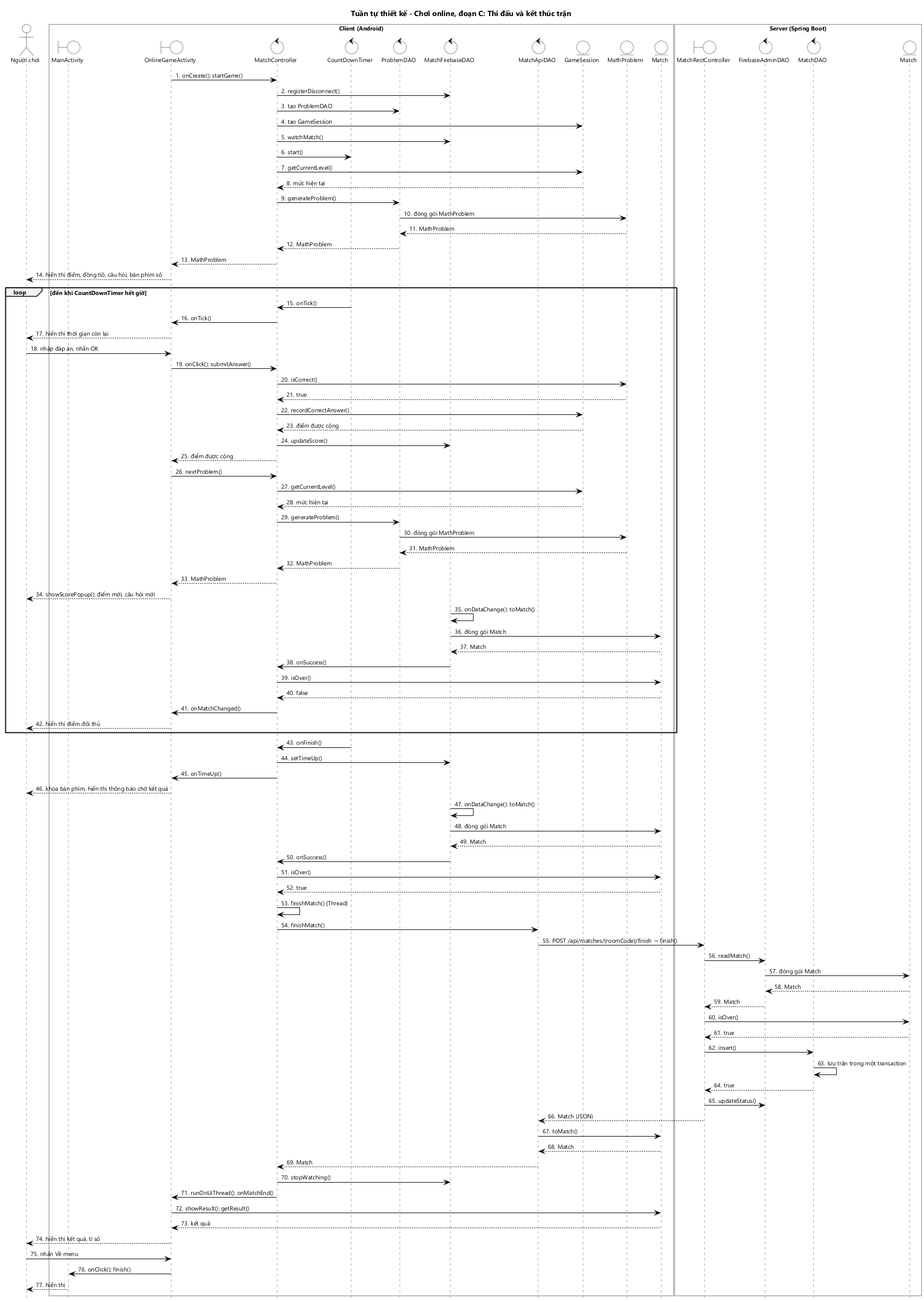
Above: docs/hung/tuan-tu-thiet-ke-uc05c.png in HungNguyenBa1811/math-dash (PlantUML), before the change.
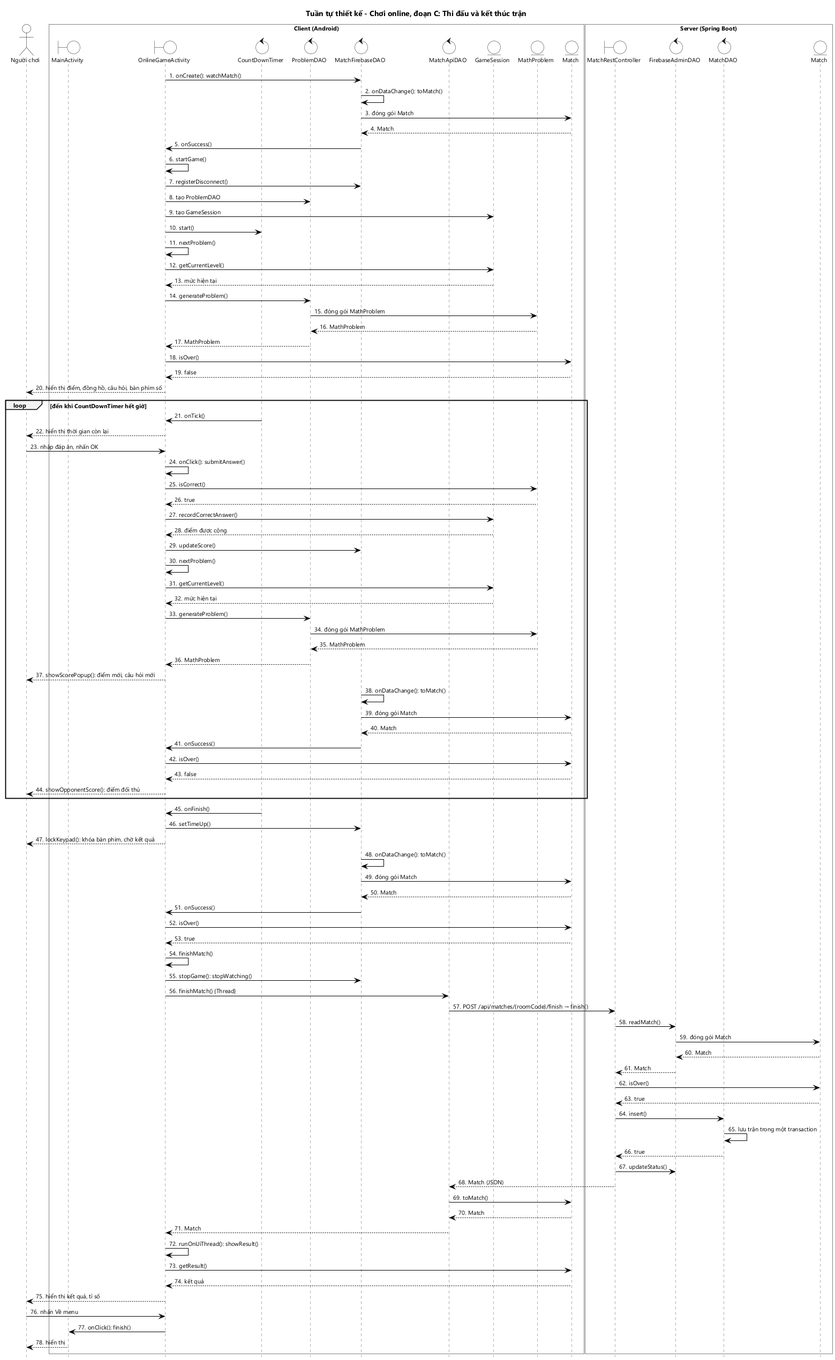
Above is the later version.

Diff of the diagram source:
```diff
@@ -6,7 +6,6 @@
 box "Client (Android)" #FFFFFF
 boundary MainActivity as MA
 boundary OnlineGameActivity as GA
-control MatchController as MC
 control CountDownTimer as T
 control ProblemDAO as PD
 control MatchFirebaseDAO as MFD
@@ -22,64 +21,66 @@
 entity "Match" as SM
 end box
 
-GA -> MC : onCreate(): startGame()
-MC -> MFD : registerDisconnect()
-MC -> PD : tạo ProblemDAO
-MC -> GS : tạo GameSession
-MC -> MFD : watchMatch()
-MC -> T : start()
-MC -> GS : getCurrentLevel()
-GS --> MC : mức hiện tại
-MC -> PD : generateProblem()
+GA -> MFD : onCreate(): watchMatch()
+MFD -> MFD : onDataChange(): toMatch()
+MFD -> M : đóng gói Match
+M --> MFD : Match
+MFD -> GA : onSuccess()
+GA -> GA : startGame()
+GA -> MFD : registerDisconnect()
+GA -> PD : tạo ProblemDAO
+GA -> GS : tạo GameSession
+GA -> T : start()
+GA -> GA : nextProblem()
+GA -> GS : getCurrentLevel()
+GS --> GA : mức hiện tại
+GA -> PD : generateProblem()
 PD -> MP : đóng gói MathProblem
 MP --> PD : MathProblem
-PD --> MC : MathProblem
-MC --> GA : MathProblem
+PD --> GA : MathProblem
+GA -> M : isOver()
+M --> GA : false
 GA --> U : hiển thị điểm, đồng hồ, câu hỏi, bàn phím số
 
 loop đến khi CountDownTimer hết giờ
-  T -> MC : onTick()
-  MC -> GA : onTick()
+  T -> GA : onTick()
   GA --> U : hiển thị thời gian còn lại
   U -> GA : nhập đáp án, nhấn OK
-  GA -> MC : onClick(): submitAnswer()
-  MC -> MP : isCorrect()
-  MP --> MC : true
-  MC -> GS : recordCorrectAnswer()
-  GS --> MC : điểm được cộng
-  MC -> MFD : updateScore()
-  MC --> GA : điểm được cộng
-  GA -> MC : nextProblem()
-  MC -> GS : getCurrentLevel()
-  GS --> MC : mức hiện tại
-  MC -> PD : generateProblem()
+  GA -> GA : onClick(): submitAnswer()
+  GA -> MP : isCorrect()
+  MP --> GA : true
+  GA -> GS : recordCorrectAnswer()
+  GS --> GA : điểm được cộng
+  GA -> MFD : updateScore()
+  GA -> GA : nextProblem()
+  GA -> GS : getCurrentLevel()
+  GS --> GA : mức hiện tại
+  GA -> PD : generateProblem()
   PD -> MP : đóng gói MathProblem
   MP --> PD : MathProblem
-  PD --> MC : MathProblem
-  MC --> GA : MathProblem
+  PD --> GA : MathProblem
   GA --> U : showScorePopup(): điểm mới, câu hỏi mới
   MFD -> MFD : onDataChange(): toMatch()
   MFD -> M : đóng gói Match
   M --> MFD : Match
-  MFD -> MC : onSuccess()
-  MC -> M : isOver()
-  M --> MC : false
-  MC -> GA : onMatchChanged()
-  GA --> U : hiển thị điểm đối thủ
+  MFD -> GA : onSuccess()
+  GA -> M : isOver()
+  M --> GA : false
+  GA --> U : showOpponentScore(): điểm đối thủ
 end
 
-T -> MC : onFinish()
-MC -> MFD : setTimeUp()
-MC -> GA : onTimeUp()
-GA --> U : khóa bàn phím, hiển thị thông báo chờ kết quả
+T -> GA : onFinish()
+GA -> MFD : setTimeUp()
+GA --> U : lockKeypad(): khóa bàn phím, chờ kết quả
 MFD -> MFD : onDataChange(): toMatch()
 MFD -> M : đóng gói Match
 M --> MFD : Match
-MFD -> MC : onSuccess()
-MC -> M : isOver()
-M --> MC : true
-MC -> MC : finishMatch() {Thread}
-MC -> MAD : finishMatch()
+MFD -> GA : onSuccess()
+GA -> M : isOver()
+M --> GA : true
+GA -> GA : finishMatch()
+GA -> MFD : stopGame(): stopWatching()
+GA -> MAD : finishMatch() {Thread}
 MAD -> MRC : POST /api/matches/{roomCode}/finish → finish()
 MRC -> FAD : readMatch()
 FAD -> SM : đóng gói Match
@@ -94,10 +95,9 @@
 MRC --> MAD : Match (JSON)
 MAD -> M : toMatch()
 M --> MAD : Match
-MAD --> MC : Match
-MC -> MFD : stopWatching()
-MC -> GA : runOnUiThread(): onMatchEnd()
-GA -> M : showResult(): getResult()
+MAD --> GA : Match
+GA -> GA : runOnUiThread(): showResult()
+GA -> M : getResult()
 M --> GA : kết quả
 GA --> U : hiển thị kết quả, tỉ số
 U -> GA : nhấn Về menu
```
